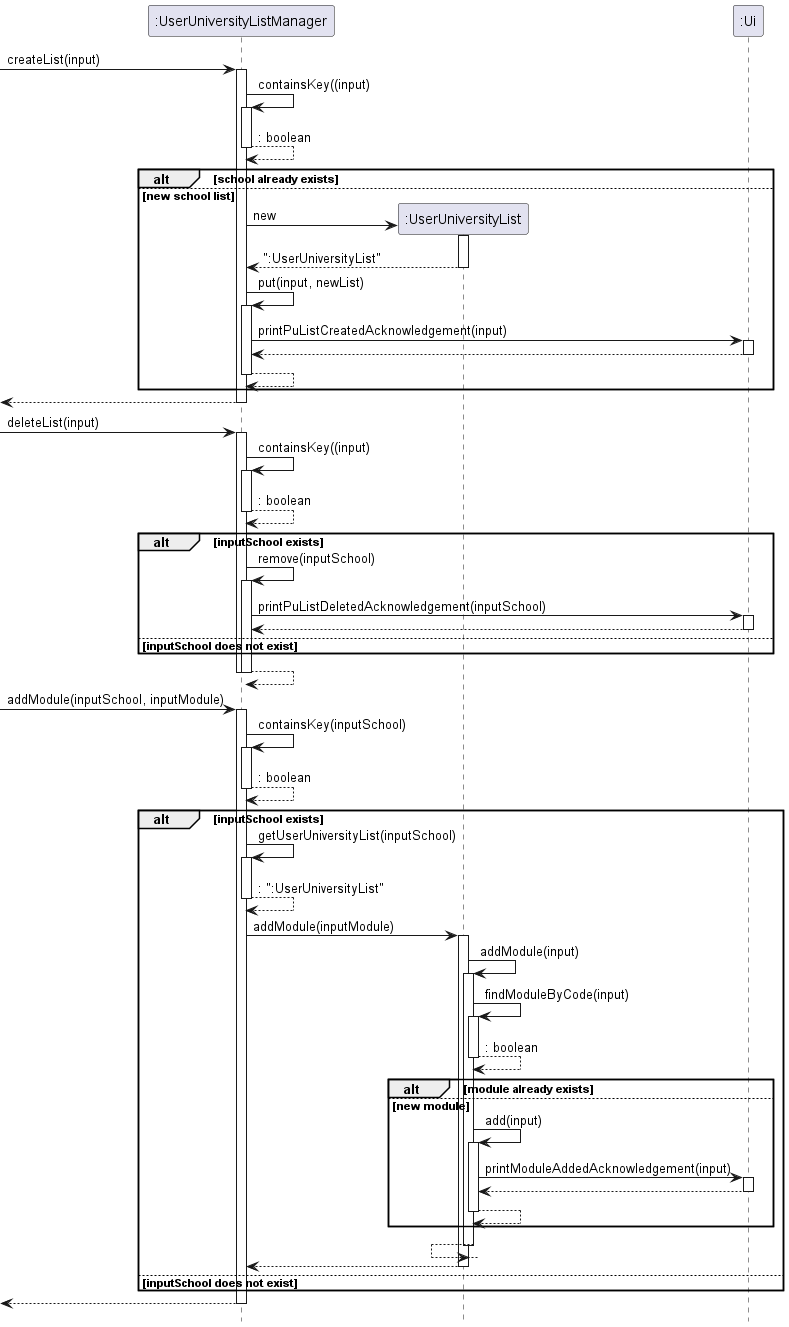
The PlantUML diagram docs/images/UserUniversityListManager_Sequence.png in nus-cs2113-AY2223S1/tp, before a commit.
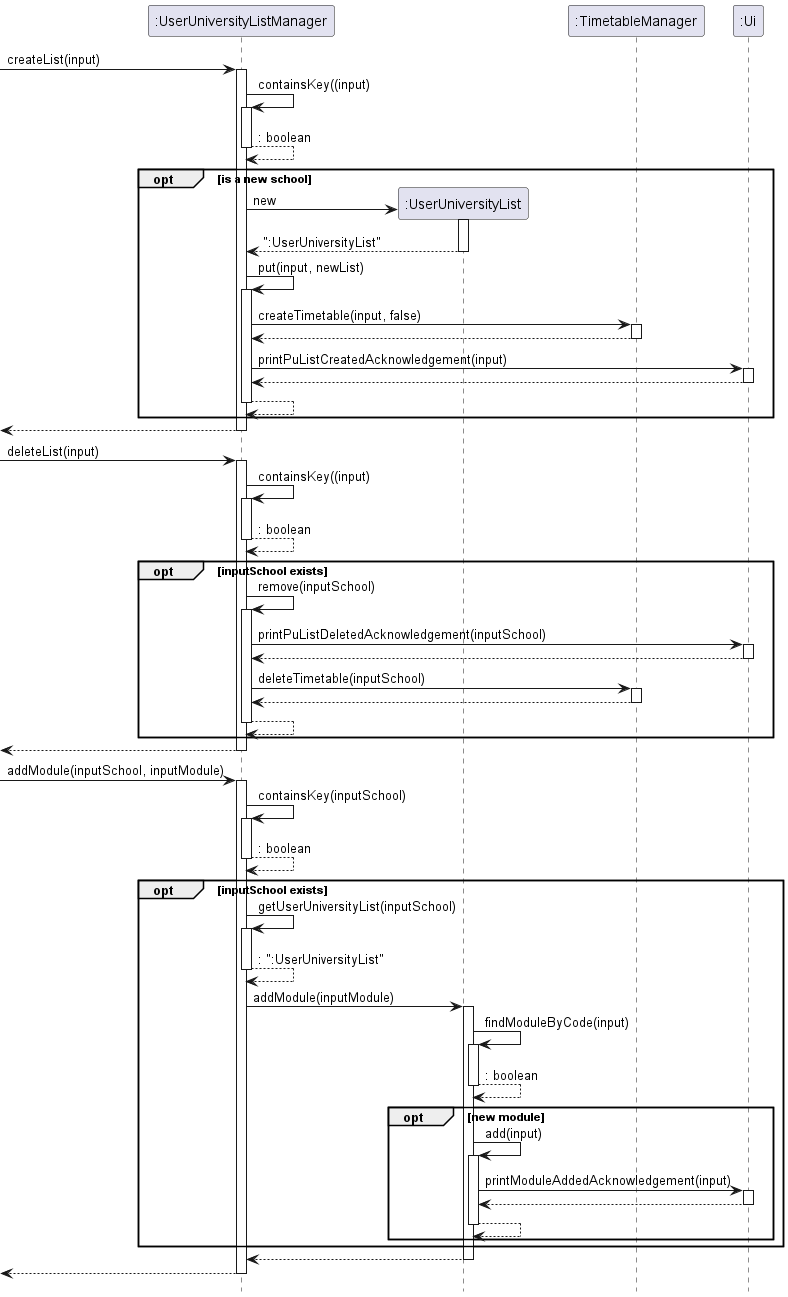
After the commit.

Commit message:
Update DG and sequence diagrams

What changed in the source:
```diff
@@ -9,14 +9,17 @@
 activate ":UserUniversityListManager"
 return : boolean
 
-alt school already exists
-
-else new school list
+opt is a new school
     ":UserUniversityListManager" -> ":UserUniversityList" **: new
     activate ":UserUniversityList"
     return ":UserUniversityList"
+
     ":UserUniversityListManager" -> ":UserUniversityListManager" : put(input, newList)
     activate ":UserUniversityListManager"
+
+    ":UserUniversityListManager" -> ":TimetableManager" : createTimetable(input, false)
+    activate ":TimetableManager"
+    return
 
     ":UserUniversityListManager" -> ":Ui" : printPuListCreatedAcknowledgement(input)
     activate ":Ui"
@@ -35,14 +38,19 @@
 activate ":UserUniversityListManager"
 return : boolean
 
-alt inputSchool exists
+opt inputSchool exists
     ":UserUniversityListManager" -> ":UserUniversityListManager" : remove(inputSchool)
     activate ":UserUniversityListManager"
 
     ":UserUniversityListManager" -> ":Ui" : printPuListDeletedAcknowledgement(inputSchool)
     activate ":Ui"
     return
-else inputSchool does not exist
+
+    ":UserUniversityListManager" -> ":TimetableManager" : deleteTimetable(inputSchool)
+    activate ":TimetableManager"
+    return
+
+    return
 end
 
 return
@@ -54,20 +62,18 @@
 activate ":UserUniversityListManager"
 return : boolean
 
-alt inputSchool exists
+opt inputSchool exists
     ":UserUniversityListManager" -> ":UserUniversityListManager" : getUserUniversityList(inputSchool)
     activate ":UserUniversityListManager"
     return : ":UserUniversityList"
     ":UserUniversityListManager" -> ":UserUniversityList" : addModule(inputModule)
     activate ":UserUniversityList"
 
-    ":UserUniversityList" -> ":UserUniversityList" : addModule(input)
     activate ":UserUniversityList"
     ":UserUniversityList" -> ":UserUniversityList" : findModuleByCode(input)
     activate ":UserUniversityList"
     return : boolean
-    alt module already exists
-    else new module
+    opt new module
         ":UserUniversityList" -> ":UserUniversityList" : add(input)
         activate ":UserUniversityList"
 
@@ -77,14 +83,12 @@
         deactivate ":Ui"
         return
     end
-    ":UserUniversityList" <-- ":UserUniversityList"
-    deactivate ":UserUniversityList"
-    ":UserUniversityListManager" <-- ":UserUniversityList"
     deactivate ":UserUniversityList"
 
-else inputSchool does not exist
 
 end
+return
+
 return
 deactivate ":UserUniversityListManager"
 
```
